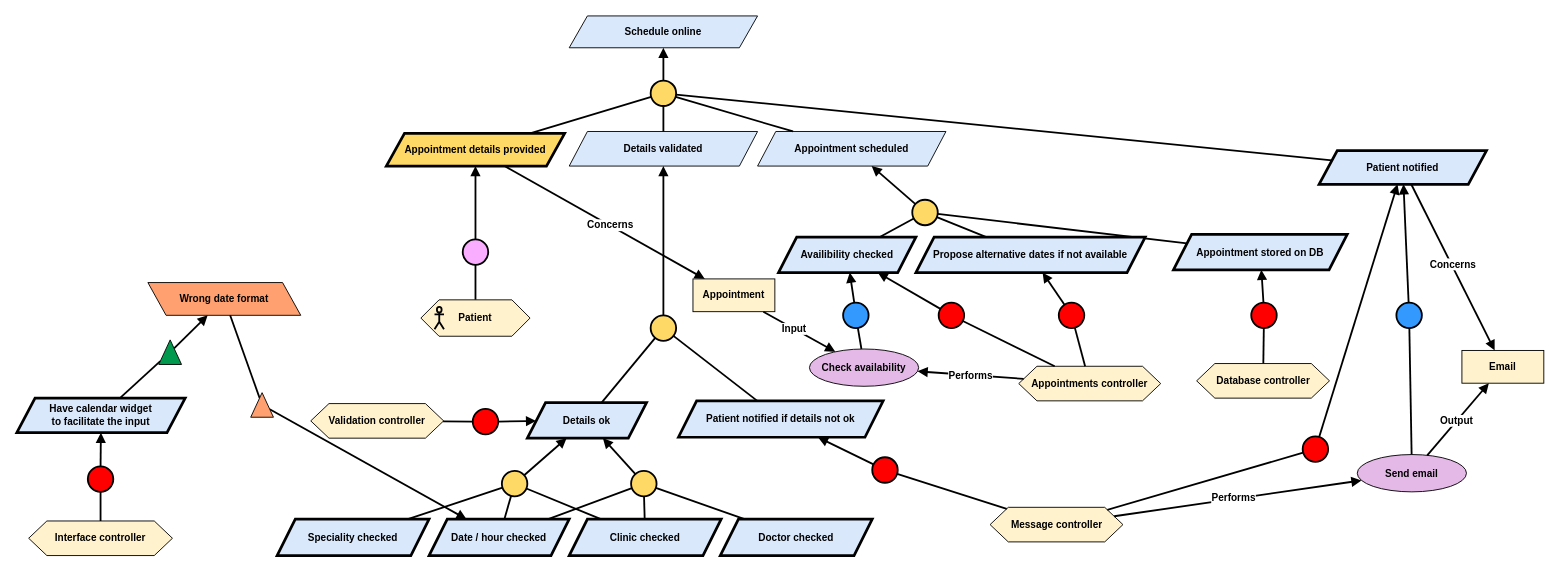
This is Kaos/KAOS 3.drawio from RafaelCMira/myclinic-msp-project, a draw.io file, before an edit. Source tidied: cells renumbered, new cells numbered last; positions are measured from the earlier drawing's top-left corner, leaving out a move shared by most shapes. Both pictures are drawn from the tidied source at 91%, with x=0, y=0 at pixel (16, 15).
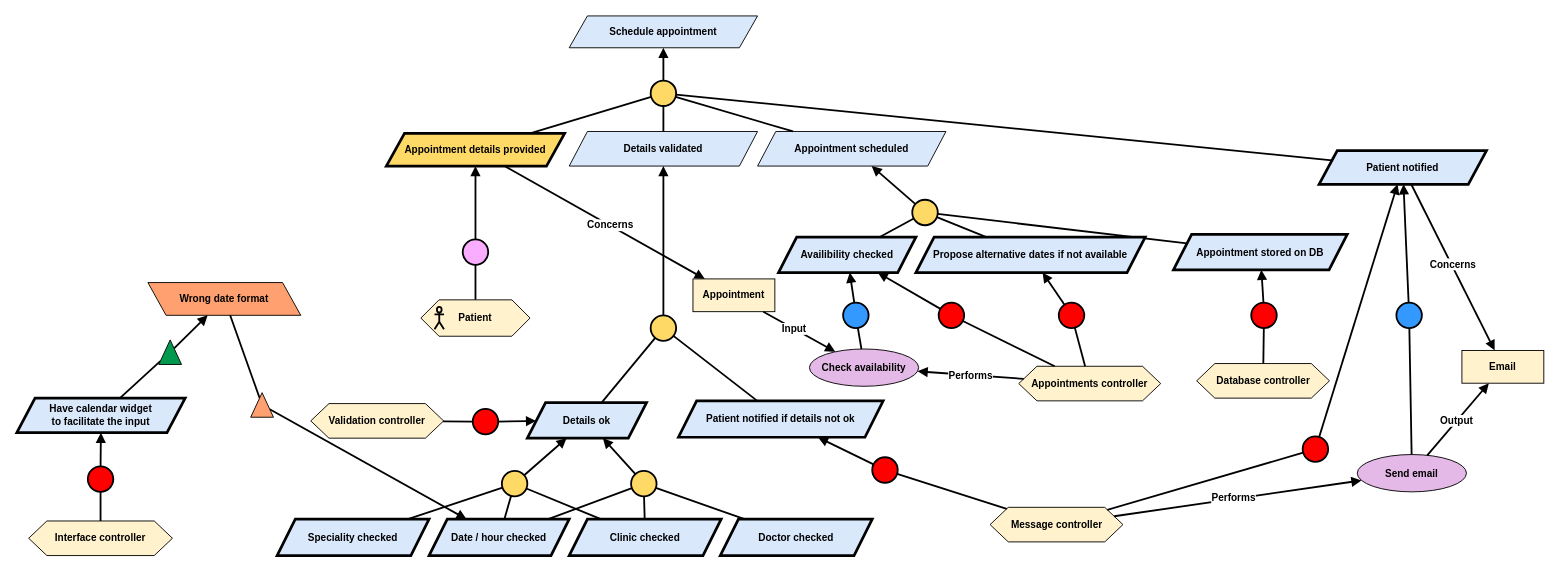
After the change.

Diff of the diagram source:
```diff
@@
-    <mxCell id="11" value="&lt;b&gt;Schedule online&lt;/b&gt;" style="shape=parallelogram;perimeter=parallelogramPerimeter;whiteSpace=wrap;html=1;fixedSize=1;fillColor=#dae8fc;strokeColor=#000000;fontFamily=Helvetica;fontSize=11;fontColor=default;labelBackgroundColor=none;" parent="1" vertex="1">
+    <mxCell id="11" value="&lt;b&gt;Schedule appointment&lt;/b&gt;" style="shape=parallelogram;perimeter=parallelogramPerimeter;whiteSpace=wrap;html=1;fixedSize=1;fillColor=#dae8fc;strokeColor=#000000;fontFamily=Helvetica;fontSize=11;fontColor=default;labelBackgroundColor=none;" parent="1" vertex="1">
       <mxGeometry x="607" width="207" height="35" as="geometry" />
     </mxCell>
```
